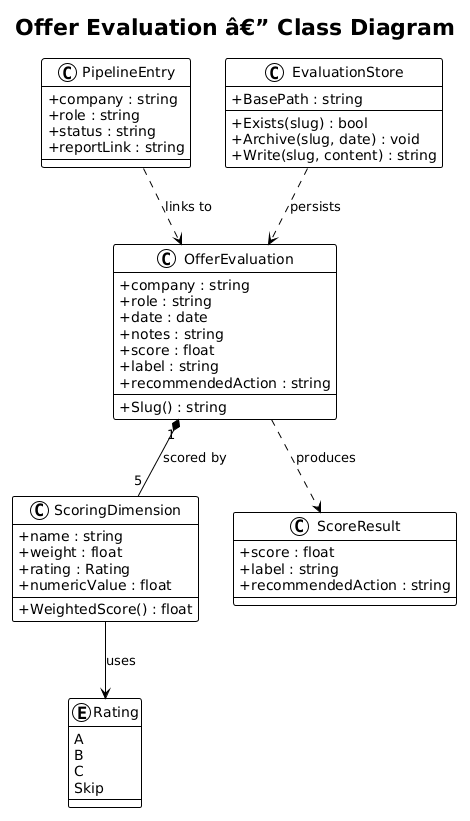
The PlantUML diagram docs/detailed-designs/04-offer-evaluation/diagrams/class_diagram.png in QuinntyneBrown/Orbit, before a commit.
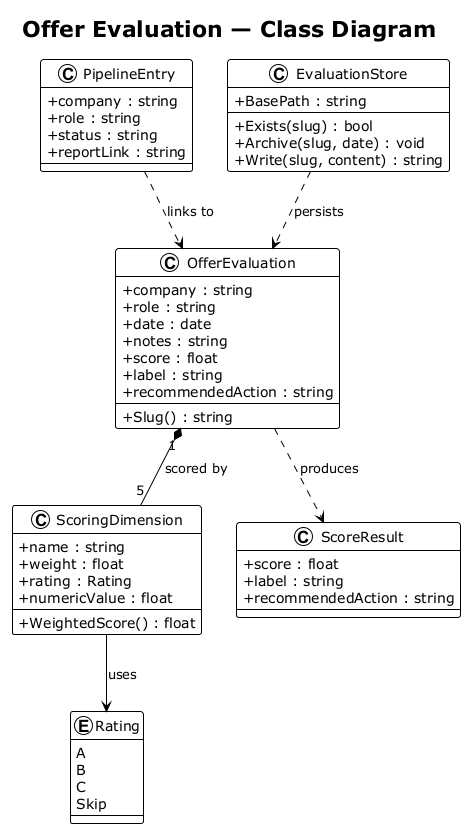
After the change.

The edit, as a diff of the source:
```diff
@@ -1,8 +1,8 @@
-@startuml
+@startuml class_diagram
 !theme plain
 skinparam classAttributeIconSize 0
 
-title Offer Evaluation â€” Class Diagram
+title Offer Evaluation — Class Diagram
 
 enum Rating {
     A
@@ -55,4 +55,5 @@
 OfferEvaluation ..> ScoreResult : produces
 EvaluationStore ..> OfferEvaluation : persists
 PipelineEntry ..> OfferEvaluation : links to
+
 @enduml
```
